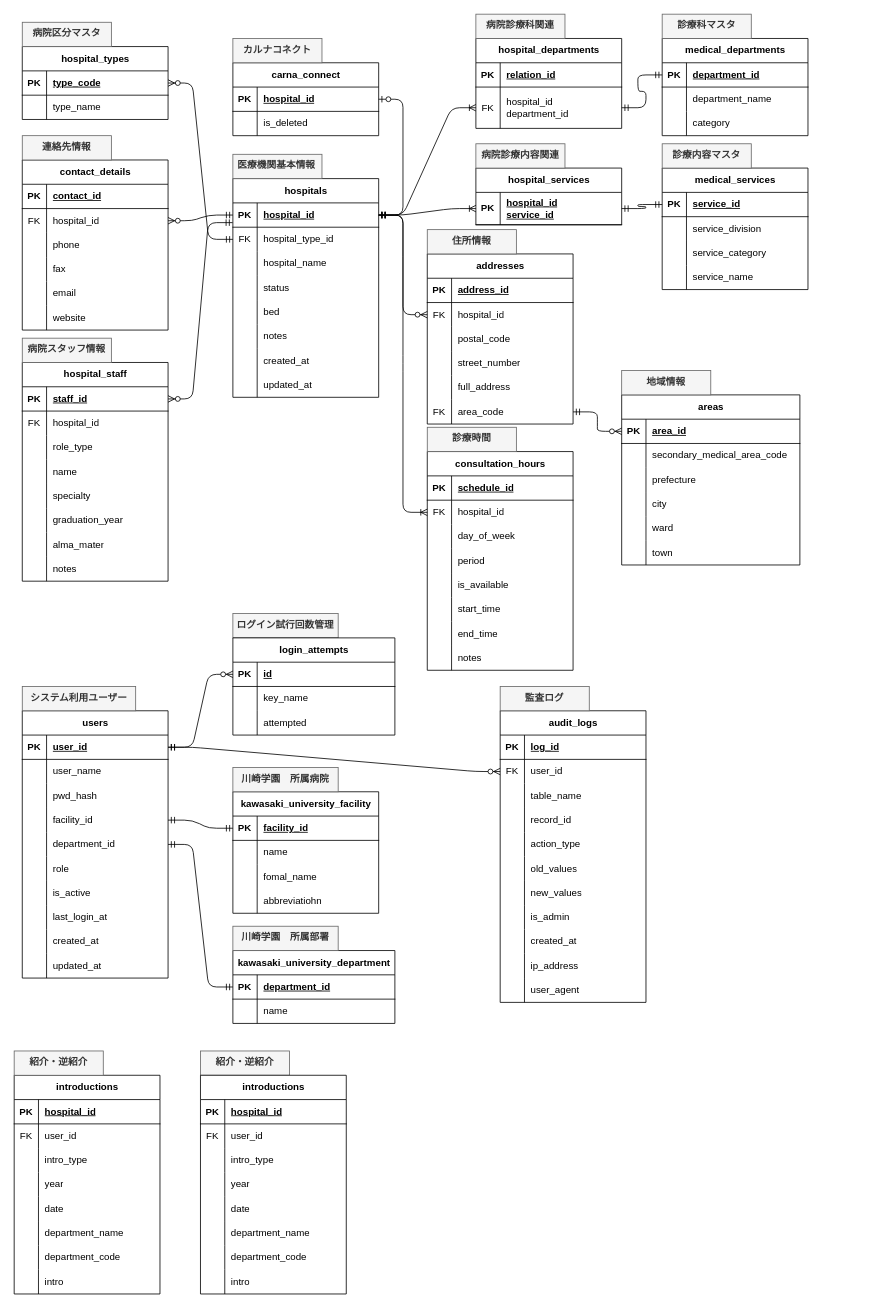
Above: rebuild/資料/新医療機関システム/DB/E-R/er.drawio in w3422008/update_DB (draw.io), before the change. Source tidied: cells renumbered, new cells numbered last; positions are measured from the earlier drawing's top-left corner, leaving out a move shared by most shapes. Both pictures are drawn from the tidied source at 81%, with x=0, y=0 at pixel (14, 14).
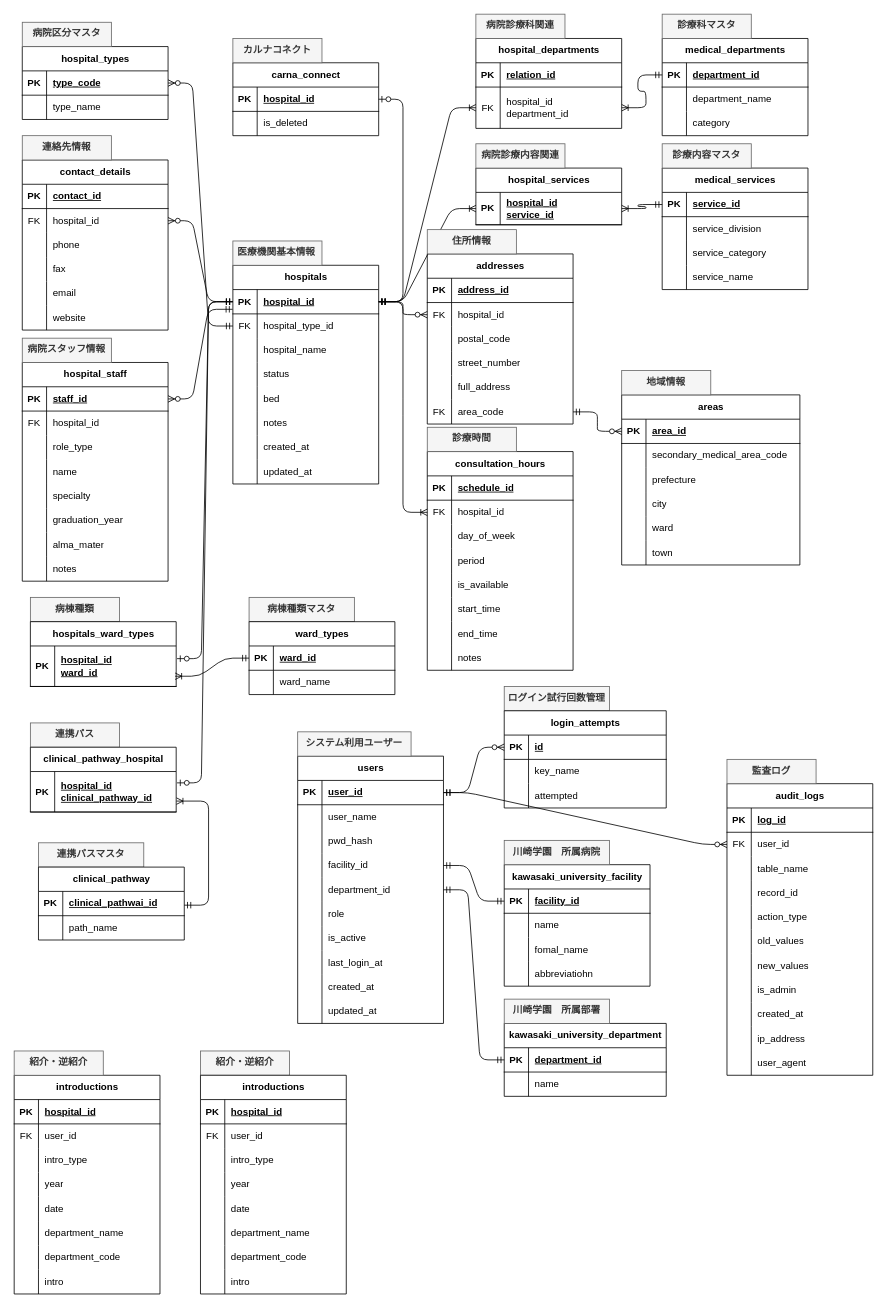
The same diagram, later.

Unchanged cells that the change refers to:
```xml
<mxCell id="3" style="shape=tableRow;horizontal=0;startSize=0;swimlaneHead=0;swimlaneBody=0;fillColor=none;points=[[0,0.5],[1,0.5]];portConstraint=eastwest;top=0;left=0;right=0;bottom=1;" parent="2" vertex="1">
  <mxGeometry y="30" width="180" height="30" as="geometry" />
</mxCell>
<mxCell id="123" style="shape=tableRow;horizontal=0;startSize=0;swimlaneHead=0;swimlaneBody=0;fillColor=none;points=[[0,0.5],[1,0.5]];portConstraint=eastwest;top=0;left=0;right=0;bottom=1;" parent="122" vertex="1">
  <mxGeometry y="30" width="180" height="30" as="geometry" />
</mxCell>
<mxCell id="136" style="shape=tableRow;horizontal=0;startSize=0;swimlaneHead=0;swimlaneBody=0;fillColor=none;points=[[0,0.5],[1,0.5]];portConstraint=eastwest;top=0;left=0;right=0;bottom=0;" parent="132" vertex="1">
  <mxGeometry y="60" width="180" height="51" as="geometry" />
</mxCell>
<mxCell id="140" style="shape=tableRow;horizontal=0;startSize=0;swimlaneHead=0;swimlaneBody=0;fillColor=none;points=[[0,0.5],[1,0.5]];portConstraint=eastwest;top=0;left=0;right=0;bottom=1;" parent="139" vertex="1">
  <mxGeometry y="30" width="180" height="30" as="geometry" />
</mxCell>
<mxCell id="153" style="shape=tableRow;horizontal=0;startSize=0;swimlaneHead=0;swimlaneBody=0;fillColor=none;points=[[0,0.5],[1,0.5]];portConstraint=eastwest;top=0;left=0;right=0;bottom=1;" parent="152" vertex="1">
  <mxGeometry y="30" width="180" height="40" as="geometry" />
</mxCell>
<mxCell id="217" style="shape=tableRow;horizontal=0;startSize=0;swimlaneHead=0;swimlaneBody=0;fillColor=none;points=[[0,0.5],[1,0.5]];portConstraint=eastwest;top=0;left=0;right=0;bottom=1;" parent="216" vertex="1">
  <mxGeometry y="30" width="180" height="30" as="geometry" />
</mxCell>
<mxCell id="299" style="shape=tableRow;horizontal=0;startSize=0;swimlaneHead=0;swimlaneBody=0;fillColor=none;points=[[0,0.5],[1,0.5]];portConstraint=eastwest;top=0;left=0;right=0;bottom=1;" parent="298" vertex="1">
  <mxGeometry y="30" width="200" height="30" as="geometry" />
</mxCell>
```

Diff of the diagram source:
```diff
@@
     <mxCell id="2" value="hospitals" style="shape=table;startSize=30;childLayout=tableLayout;rowLines=0;fontStyle=1;align=center;html=1;" parent="1" vertex="1">
-      <mxGeometry x="270" y="203" width="180" height="270" as="geometry" />
+      <mxGeometry x="270" y="310" width="180" height="270" as="geometry" />
     </mxCell>
@@
     <mxCell id="182" value="audit_logs" style="shape=table;startSize=30;childLayout=tableLayout;rowLines=0;fontStyle=1;align=center;html=1;labelBackgroundColor=default;" parent="1" vertex="1">
-      <mxGeometry x="600" y="860" width="180" height="360" as="geometry" />
+      <mxGeometry x="880" y="950" width="180" height="360" as="geometry" />
     </mxCell>
@@
     <mxCell id="216" value="users" style="shape=table;startSize=30;childLayout=tableLayout;rowLines=0;fontStyle=1;align=center;html=1;" parent="1" vertex="1">
-      <mxGeometry x="10" y="860" width="180" height="330" as="geometry" />
+      <mxGeometry x="350" y="916" width="180" height="330" as="geometry" />
     </mxCell>
@@
     <mxCell id="247" value="kawasaki_university_facility" style="shape=table;startSize=30;childLayout=tableLayout;rowLines=0;fontStyle=1;align=center;html=1;" parent="1" vertex="1">
-      <mxGeometry x="270" y="960" width="180" height="150" as="geometry" />
+      <mxGeometry x="605" y="1050" width="180" height="150" as="geometry" />
     </mxCell>
@@
     <mxCell id="260" value="kawasaki_university_department" style="shape=table;startSize=30;childLayout=tableLayout;rowLines=0;fontStyle=1;align=center;html=1;" parent="1" vertex="1">
-      <mxGeometry x="270" y="1156" width="200" height="90" as="geometry" />
+      <mxGeometry x="605" y="1246" width="200" height="90" as="geometry" />
     </mxCell>
@@
-    <mxCell id="276" style="edgeStyle=entityRelationEdgeStyle;fontSize=12;html=1;endArrow=ERmandOne;startArrow=ERmandOne;exitX=1;exitY=0.5;exitDx=0;exitDy=0;entryX=0;entryY=0.5;entryDx=0;entryDy=0;" parent="1" edge="1" source="136" target="123">
-      <mxGeometry relative="1" as="geometry" />
-    </mxCell>
-    <mxCell id="277" style="edgeStyle=entityRelationEdgeStyle;fontSize=12;html=1;endArrow=ERmandOne;startArrow=ERmandOne;exitX=1;exitY=0.5;exitDx=0;exitDy=0;entryX=0;entryY=0.5;entryDx=0;entryDy=0;" parent="1" edge="1" source="153" target="140">
-      <mxGeometry relative="1" as="geometry" />
-    </mxCell>
     <mxCell id="278" value="医療機関基本情報" style="text;strokeColor=#666666;fillColor=#f5f5f5;spacingLeft=4;spacingRight=4;overflow=hidden;fontSize=12;whiteSpace=wrap;html=1;fontStyle=1;fontColor=#333333;" parent="1" vertex="1">
-      <mxGeometry x="270" y="173" width="110" height="30" as="geometry" />
+      <mxGeometry x="270" y="280" width="110" height="30" as="geometry" />
     </mxCell>
@@
     <mxCell id="290" value="システム利用ユーザー" style="text;strokeColor=#666666;fillColor=#f5f5f5;spacingLeft=4;spacingRight=4;overflow=hidden;fontSize=12;whiteSpace=wrap;html=1;fontStyle=1;fontColor=#333333;align=center;" parent="1" vertex="1">
-      <mxGeometry x="10" y="830" width="140" height="30" as="geometry" />
+      <mxGeometry x="350" y="886" width="140" height="30" as="geometry" />
     </mxCell>
     <mxCell id="291" value="監査ログ" style="text;strokeColor=#666666;fillColor=#f5f5f5;spacingLeft=4;spacingRight=4;overflow=hidden;fontSize=12;whiteSpace=wrap;html=1;fontStyle=1;fontColor=#333333;align=center;" parent="1" vertex="1">
-      <mxGeometry x="600" y="830" width="110" height="30" as="geometry" />
+      <mxGeometry x="880" y="920" width="110" height="30" as="geometry" />
     </mxCell>
@@
     <mxCell id="295" value="川崎学園　所属病院" style="text;strokeColor=#666666;fillColor=#f5f5f5;spacingLeft=4;spacingRight=4;overflow=hidden;fontSize=12;whiteSpace=wrap;html=1;fontStyle=1;fontColor=#333333;align=center;" parent="1" vertex="1">
-      <mxGeometry x="270" y="930" width="130" height="30" as="geometry" />
+      <mxGeometry x="605" y="1020" width="130" height="30" as="geometry" />
     </mxCell>
     <mxCell id="296" value="川崎学園　所属部署" style="text;strokeColor=#666666;fillColor=#f5f5f5;spacingLeft=4;spacingRight=4;overflow=hidden;fontSize=12;whiteSpace=wrap;html=1;fontStyle=1;fontColor=#333333;align=center;" parent="1" vertex="1">
-      <mxGeometry x="270" y="1126" width="130" height="30" as="geometry" />
+      <mxGeometry x="605" y="1216" width="130" height="30" as="geometry" />
     </mxCell>
     <mxCell id="297" value="ログイン試行回数管理" style="text;strokeColor=#666666;fillColor=#f5f5f5;spacingLeft=4;spacingRight=4;overflow=hidden;fontSize=12;whiteSpace=wrap;html=1;fontStyle=1;fontColor=#333333;align=center;" parent="1" vertex="1">
-      <mxGeometry x="270" y="740" width="130" height="30" as="geometry" />
+      <mxGeometry x="605" y="830" width="130" height="30" as="geometry" />
     </mxCell>
     <mxCell id="298" value="login_attempts" style="shape=table;startSize=30;childLayout=tableLayout;rowLines=0;fontStyle=1;align=center;html=1;" parent="1" vertex="1">
-      <mxGeometry x="270" y="770" width="200" height="120" as="geometry" />
+      <mxGeometry x="605" y="860" width="200" height="120" as="geometry" />
     </mxCell>
@@
     <mxCell id="308" style="edgeStyle=entityRelationEdgeStyle;fontSize=12;html=1;endArrow=ERzeroToMany;startArrow=ERmandOne;entryX=0;entryY=0.5;entryDx=0;entryDy=0;exitX=1;exitY=0.5;exitDx=0;exitDy=0;" parent="1" edge="1" source="217" target="299">
       <mxGeometry relative="1" as="geometry">
         <Array as="points">
-          <mxPoint x="590" y="756" />
-          <mxPoint x="550" y="756" />
-          <mxPoint x="290" y="929" />
+          <mxPoint x="925" y="846" />
+          <mxPoint x="885" y="846" />
+          <mxPoint x="625" y="1019" />
         </Array>
       </mxGeometry>
     </mxCell>
@@
+    <mxCell id="361" value="病棟種類" style="text;strokeColor=#666666;fillColor=#f5f5f5;spacingLeft=4;spacingRight=4;overflow=hidden;fontSize=12;whiteSpace=wrap;html=1;fontStyle=1;fontColor=#333333;align=center;" parent="1" vertex="1">
+      <mxGeometry x="20" y="720" width="110" height="30" as="geometry" />
+    </mxCell>
+    <mxCell id="362" value="hospitals_ward_types" style="shape=table;startSize=30;childLayout=tableLayout;rowLines=0;fontStyle=1;align=center;html=1;" parent="1" vertex="1">
+      <mxGeometry x="20" y="750" width="180" height="80" as="geometry" />
+    </mxCell>
+    <mxCell id="363" style="shape=tableRow;horizontal=0;startSize=0;swimlaneHead=0;swimlaneBody=0;fillColor=none;points=[[0,0.5],[1,0.5]];portConstraint=eastwest;top=0;left=0;right=0;bottom=1;" parent="362" vertex="1">
+      <mxGeometry y="30" width="180" height="50" as="geometry" />
+    </mxCell>
+    <mxCell id="364" value="PK" style="shape=partialRectangle;fillColor=none;top=0;left=0;bottom=0;right=0;fontStyle=1;overflow=hidden;whiteSpace=wrap;html=1;" parent="363" vertex="1">
+      <mxGeometry width="30" height="50" as="geometry" />
+    </mxCell>
+    <mxCell id="365" value="hospital_id&lt;div&gt;ward_id&lt;/div&gt;" style="shape=partialRectangle;fillColor=none;top=0;left=0;bottom=0;right=0;align=left;spacingLeft=6;fontStyle=5;overflow=hidden;whiteSpace=wrap;html=1;" parent="363" vertex="1">
+      <mxGeometry x="30" width="150" height="50" as="geometry" />
+    </mxCell>
+    <mxCell id="366" style="edgeStyle=entityRelationEdgeStyle;fontSize=12;html=1;endArrow=ERzeroToOne;startArrow=ERmandOne;exitX=0;exitY=0.5;exitDx=0;exitDy=0;entryX=1.006;entryY=0.313;entryDx=0;entryDy=0;entryPerimeter=0;" parent="1" edge="1" source="3" target="363">
+      <mxGeometry relative="1" as="geometry" />
+    </mxCell>
+    <mxCell id="367" value="病棟種類マスタ" style="text;strokeColor=#666666;fillColor=#f5f5f5;spacingLeft=4;spacingRight=4;overflow=hidden;fontSize=12;whiteSpace=wrap;html=1;fontStyle=1;fontColor=#333333;align=center;" parent="1" vertex="1">
+      <mxGeometry x="290" y="720" width="130" height="30" as="geometry" />
+    </mxCell>
+    <mxCell id="368" value="ward_types" style="shape=table;startSize=30;childLayout=tableLayout;rowLines=0;fontStyle=1;align=center;html=1;" parent="1" vertex="1">
+      <mxGeometry x="290" y="750" width="180" height="90" as="geometry" />
+    </mxCell>
+    <mxCell id="369" style="shape=tableRow;horizontal=0;startSize=0;swimlaneHead=0;swimlaneBody=0;fillColor=none;points=[[0,0.5],[1,0.5]];portConstraint=eastwest;top=0;left=0;right=0;bottom=1;" parent="368" vertex="1">
+      <mxGeometry y="30" width="180" height="30" as="geometry" />
+    </mxCell>
+    <mxCell id="370" value="PK" style="shape=partialRectangle;fillColor=none;top=0;left=0;bottom=0;right=0;fontStyle=1;overflow=hidden;whiteSpace=wrap;html=1;" parent="369" vertex="1">
+      <mxGeometry width="30" height="30" as="geometry" />
+    </mxCell>
+    <mxCell id="371" value="ward_id" style="shape=partialRectangle;fillColor=none;top=0;left=0;bottom=0;right=0;align=left;spacingLeft=6;fontStyle=5;overflow=hidden;whiteSpace=wrap;html=1;" parent="369" vertex="1">
+      <mxGeometry x="30" width="150" height="30" as="geometry" />
+    </mxCell>
+    <mxCell id="372" style="shape=tableRow;horizontal=0;startSize=0;swimlaneHead=0;swimlaneBody=0;fillColor=none;top=0;left=0;right=0;bottom=0;" parent="368" vertex="1">
+      <mxGeometry y="60" width="180" height="30" as="geometry" />
+    </mxCell>
+    <mxCell id="373" style="shape=partialRectangle;fillColor=none;top=0;left=0;bottom=0;right=0;overflow=hidden;whiteSpace=wrap;html=1;" parent="372" vertex="1">
+      <mxGeometry width="30" height="30" as="geometry" />
+    </mxCell>
+    <mxCell id="374" value="ward_name" style="shape=partialRectangle;fillColor=none;top=0;left=0;bottom=0;right=0;align=left;spacingLeft=6;overflow=hidden;whiteSpace=wrap;html=1;" parent="372" vertex="1">
+      <mxGeometry x="30" width="150" height="30" as="geometry" />
+    </mxCell>
+    <mxCell id="375" style="edgeStyle=entityRelationEdgeStyle;fontSize=12;html=1;endArrow=ERoneToMany;startArrow=ERmandOne;exitX=0;exitY=0.5;exitDx=0;exitDy=0;entryX=1;entryY=0.5;entryDx=0;entryDy=0;" parent="1" edge="1" source="123" target="136">
+      <mxGeometry relative="1" as="geometry" />
+    </mxCell>
+    <mxCell id="376" style="edgeStyle=entityRelationEdgeStyle;fontSize=12;html=1;endArrow=ERoneToMany;startArrow=ERmandOne;exitX=0;exitY=0.5;exitDx=0;exitDy=0;entryX=1;entryY=0.5;entryDx=0;entryDy=0;" parent="1" edge="1" source="140" target="153">
+      <mxGeometry relative="1" as="geometry" />
+    </mxCell>
+    <mxCell id="377" style="edgeStyle=entityRelationEdgeStyle;fontSize=12;html=1;endArrow=ERoneToMany;startArrow=ERmandOne;exitX=0;exitY=0.5;exitDx=0;exitDy=0;entryX=0.993;entryY=0.747;entryDx=0;entryDy=0;entryPerimeter=0;" parent="1" edge="1" source="369" target="363">
+      <mxGeometry relative="1" as="geometry" />
+    </mxCell>
+    <mxCell id="378" value="連携パス" style="text;strokeColor=#666666;fillColor=#f5f5f5;spacingLeft=4;spacingRight=4;overflow=hidden;fontSize=12;whiteSpace=wrap;html=1;fontStyle=1;fontColor=#333333;align=center;" parent="1" vertex="1">
+      <mxGeometry x="20" y="875" width="110" height="30" as="geometry" />
+    </mxCell>
+    <mxCell id="379" value="clinical_pathway_hospital" style="shape=table;startSize=30;childLayout=tableLayout;rowLines=0;fontStyle=1;align=center;html=1;" parent="1" vertex="1">
+      <mxGeometry x="20" y="905" width="180" height="80" as="geometry" />
+    </mxCell>
+    <mxCell id="380" style="shape=tableRow;horizontal=0;startSize=0;swimlaneHead=0;swimlaneBody=0;fillColor=none;points=[[0,0.5],[1,0.5]];portConstraint=eastwest;top=0;left=0;right=0;bottom=1;" parent="379" vertex="1">
+      <mxGeometry y="30" width="180" height="50" as="geometry" />
+    </mxCell>
+    <mxCell id="381" value="PK" style="shape=partialRectangle;fillColor=none;top=0;left=0;bottom=0;right=0;fontStyle=1;overflow=hidden;whiteSpace=wrap;html=1;" parent="380" vertex="1">
+      <mxGeometry width="30" height="50" as="geometry" />
+    </mxCell>
+    <mxCell id="382" value="hospital_id&lt;div&gt;clinical_pathway_id&lt;/div&gt;" style="shape=partialRectangle;fillColor=none;top=0;left=0;bottom=0;right=0;align=left;spacingLeft=6;fontStyle=5;overflow=hidden;whiteSpace=wrap;html=1;" parent="380" vertex="1">
+      <mxGeometry x="30" width="150" height="50" as="geometry" />
+    </mxCell>
+    <mxCell id="383" value="連携パスマスタ" style="text;strokeColor=#666666;fillColor=#f5f5f5;spacingLeft=4;spacingRight=4;overflow=hidden;fontSize=12;whiteSpace=wrap;html=1;fontStyle=1;fontColor=#333333;align=center;" parent="1" vertex="1">
+      <mxGeometry x="30" y="1023" width="130" height="30" as="geometry" />
+    </mxCell>
+    <mxCell id="384" value="clinical_pathway" style="shape=table;startSize=30;childLayout=tableLayout;rowLines=0;fontStyle=1;align=center;html=1;" parent="1" vertex="1">
+      <mxGeometry x="30" y="1053" width="180" height="90" as="geometry" />
+    </mxCell>
+    <mxCell id="385" style="shape=tableRow;horizontal=0;startSize=0;swimlaneHead=0;swimlaneBody=0;fillColor=none;top=0;left=0;right=0;bottom=1;" parent="384" vertex="1">
+      <mxGeometry y="30" width="180" height="30" as="geometry" />
+    </mxCell>
+    <mxCell id="386" value="PK" style="shape=partialRectangle;fillColor=none;top=0;left=0;bottom=0;right=0;fontStyle=1;overflow=hidden;whiteSpace=wrap;html=1;" parent="385" vertex="1">
+      <mxGeometry width="30" height="30" as="geometry" />
+    </mxCell>
+    <mxCell id="387" value="clinical_pathwai_id" style="shape=partialRectangle;fillColor=none;top=0;left=0;bottom=0;right=0;align=left;spacingLeft=6;fontStyle=5;overflow=hidden;whiteSpace=wrap;html=1;" parent="385" vertex="1">
+      <mxGeometry x="30" width="150" height="30" as="geometry" />
+    </mxCell>
+    <mxCell id="388" style="shape=tableRow;horizontal=0;startSize=0;swimlaneHead=0;swimlaneBody=0;fillColor=none;top=0;left=0;right=0;bottom=0;" parent="384" vertex="1">
+      <mxGeometry y="60" width="180" height="30" as="geometry" />
+    </mxCell>
+    <mxCell id="389" style="shape=partialRectangle;fillColor=none;top=0;left=0;bottom=0;right=0;overflow=hidden;whiteSpace=wrap;html=1;" parent="388" vertex="1">
+      <mxGeometry width="30" height="30" as="geometry" />
+    </mxCell>
+    <mxCell id="390" value="path_name" style="shape=partialRectangle;fillColor=none;top=0;left=0;bottom=0;right=0;align=left;spacingLeft=6;overflow=hidden;whiteSpace=wrap;html=1;" parent="388" vertex="1">
+      <mxGeometry x="30" width="150" height="30" as="geometry" />
+    </mxCell>
+    <mxCell id="391" style="edgeStyle=entityRelationEdgeStyle;fontSize=12;html=1;endArrow=ERoneToMany;startArrow=ERmandOne;entryX=1.002;entryY=0.73;entryDx=0;entryDy=0;entryPerimeter=0;" parent="1" edge="1" target="380">
+      <mxGeometry relative="1" as="geometry">
+        <mxPoint x="210" y="1100" as="sourcePoint" />
+      </mxGeometry>
+    </mxCell>
+    <mxCell id="392" style="edgeStyle=entityRelationEdgeStyle;fontSize=12;html=1;endArrow=ERzeroToOne;startArrow=ERmandOne;exitX=0;exitY=0.5;exitDx=0;exitDy=0;entryX=1.006;entryY=0.28;entryDx=0;entryDy=0;entryPerimeter=0;" parent="1" edge="1" source="3" target="380">
+      <mxGeometry relative="1" as="geometry" />
+    </mxCell>
```
